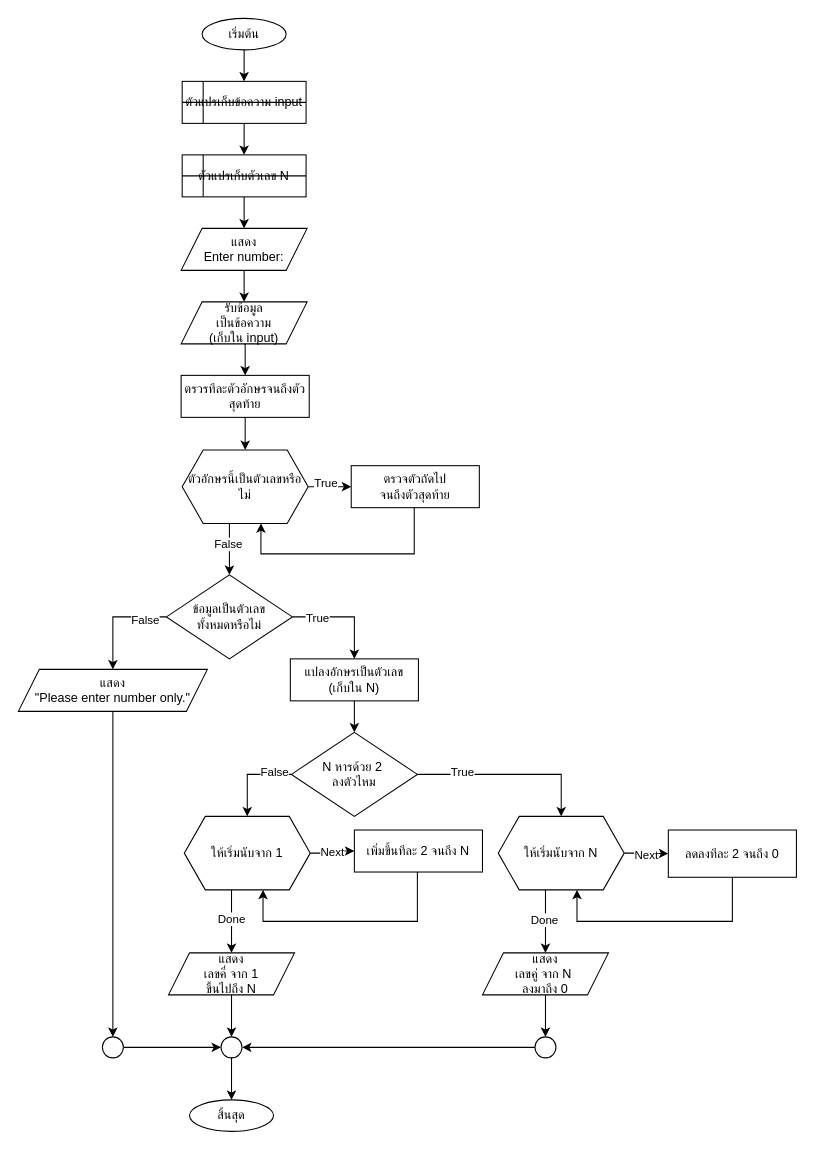
Above: Lab06/lab06-017-flowchart.drawio in PooH017-4/ENGCC304 (draw.io), before the change. Source tidied: cells renumbered, new cells numbered last; positions are measured from the earlier drawing's top-left corner, leaving out a move shared by most shapes. Both pictures are drawn from the tidied source at 105%, with x=0, y=0 at pixel (18, 18).
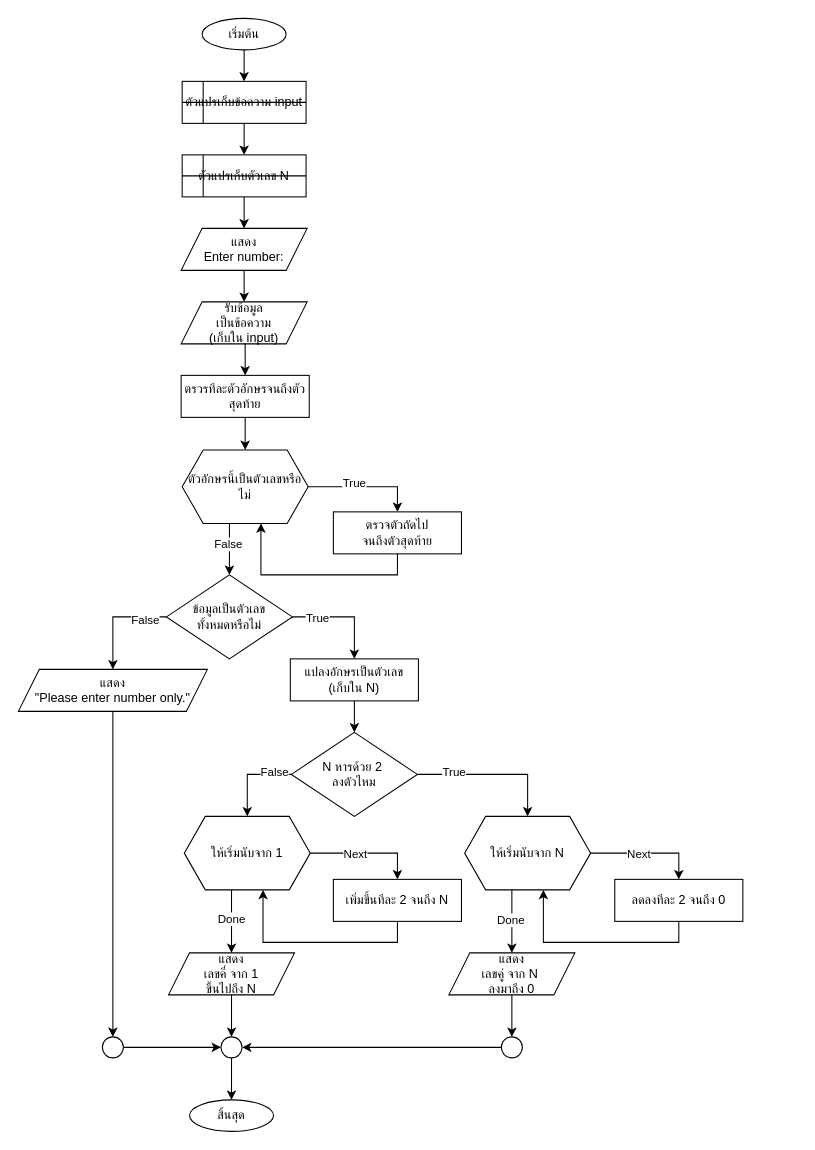
After the change.

The change refers to these unchanged cells:
```xml
<mxCell id="24" value="ตัวอักษรนี้เป็นตัวเลขหรือไม่" style="shape=hexagon;perimeter=hexagonPerimeter2;whiteSpace=wrap;html=1;fixedSize=1;" parent="1" vertex="1">
  <mxGeometry x="156" y="411" width="120" height="70" as="geometry" />
</mxCell>
<mxCell id="55" value="ให้เริ่มนับจาก 1" style="shape=hexagon;perimeter=hexagonPerimeter2;whiteSpace=wrap;html=1;fixedSize=1;" parent="1" vertex="1">
  <mxGeometry x="158" y="760" width="120" height="70" as="geometry" />
</mxCell>
```

The edit, as a diff of the source:
```diff
@@
-    <mxCell id="20" style="edgeStyle=orthogonalEdgeStyle;rounded=0;jettySize=auto;html=1;" parent="1" edge="1" source="24" target="26">
+    <mxCell id="20" style="edgeStyle=orthogonalEdgeStyle;rounded=0;jettySize=auto;html=1;entryX=0.5;entryY=0;entryDx=0;entryDy=0;" parent="1" edge="1" source="24" target="26">
       <mxGeometry relative="1" as="geometry" />
     </mxCell>
@@
     <mxCell id="25" style="edgeStyle=orthogonalEdgeStyle;rounded=0;jettySize=auto;html=1;exitX=0.5;exitY=1;exitDx=0;exitDy=0;entryX=0.625;entryY=1;entryDx=0;entryDy=0;" parent="1" edge="1" source="26" target="24">
-      <mxGeometry relative="1" as="geometry">
-        <Array as="points">
-          <mxPoint x="377" y="466" />
-          <mxPoint x="377" y="510" />
-          <mxPoint x="231" y="510" />
-        </Array>
-      </mxGeometry>
+      <mxGeometry relative="1" as="geometry" />
     </mxCell>
     <mxCell id="26" value="ตรวจตัวถัดไป&lt;div&gt;จนถึงตัวสุดท้าย&lt;/div&gt;" style="rounded=0;whiteSpace=wrap;html=1;" parent="1" vertex="1">
-      <mxGeometry x="317" y="426" width="122" height="40" as="geometry" />
+      <mxGeometry x="300" y="470" width="122" height="40" as="geometry" />
     </mxCell>
@@
     <mxCell id="37" value="แสดง&lt;div&gt;เลขคู่ จาก N&amp;nbsp;&lt;/div&gt;&lt;div&gt;ลงมาถึง 0&lt;/div&gt;" style="shape=parallelogram;perimeter=parallelogramPerimeter;whiteSpace=wrap;html=1;fixedSize=1;" parent="1" vertex="1">
-      <mxGeometry x="442" y="890" width="120" height="40" as="geometry" />
+      <mxGeometry x="410" y="890" width="120" height="40" as="geometry" />
     </mxCell>
@@
     <mxCell id="41" style="ellipse;whiteSpace=wrap;html=1;" parent="1" vertex="1">
-      <mxGeometry x="492" y="970" width="20" height="20" as="geometry" />
+      <mxGeometry x="460" y="970" width="20" height="20" as="geometry" />
     </mxCell>
@@
-    <mxCell id="46" style="edgeStyle=orthogonalEdgeStyle;rounded=0;jettySize=auto;html=1;" parent="1" edge="1" source="50" target="57">
+    <mxCell id="46" style="edgeStyle=orthogonalEdgeStyle;rounded=0;jettySize=auto;html=1;entryX=0.5;entryY=0;entryDx=0;entryDy=0;" parent="1" edge="1" source="50" target="57">
       <mxGeometry relative="1" as="geometry" />
     </mxCell>
     <mxCell id="47" value="Next" style="edgeLabel;html=1;align=center;verticalAlign=middle;" parent="46" vertex="1">
-      <mxGeometry x="-0.05" y="-1" relative="1" as="geometry" />
+      <mxGeometry x="-0.05" y="-1" relative="1" as="geometry">
+        <mxPoint x="-7" y="-1" as="offset" />
+      </mxGeometry>
     </mxCell>
@@
     <mxCell id="50" value="ให้เริ่มนับจาก N" style="shape=hexagon;perimeter=hexagonPerimeter2;whiteSpace=wrap;html=1;fixedSize=1;" parent="1" vertex="1">
-      <mxGeometry x="457" y="760" width="120" height="70" as="geometry" />
+      <mxGeometry x="425" y="760" width="120" height="70" as="geometry" />
     </mxCell>
-    <mxCell id="51" style="edgeStyle=orthogonalEdgeStyle;rounded=0;jettySize=auto;html=1;" parent="1" edge="1" source="55" target="59">
+    <mxCell id="51" style="edgeStyle=orthogonalEdgeStyle;rounded=0;jettySize=auto;html=1;entryX=0.5;entryY=0;entryDx=0;entryDy=0;" parent="1" edge="1" source="55" target="59">
       <mxGeometry relative="1" as="geometry" />
     </mxCell>
     <mxCell id="52" value="Next" style="edgeLabel;html=1;align=center;verticalAlign=middle;" parent="51" vertex="1">
-      <mxGeometry x="-0.08" y="2" relative="1" as="geometry" />
+      <mxGeometry x="-0.08" y="2" relative="1" as="geometry">
+        <mxPoint x="-8" y="2" as="offset" />
+      </mxGeometry>
     </mxCell>
@@
     <mxCell id="56" style="edgeStyle=orthogonalEdgeStyle;rounded=0;jettySize=auto;html=1;exitX=0.5;exitY=1;exitDx=0;exitDy=0;entryX=0.625;entryY=1;entryDx=0;entryDy=0;" parent="1" edge="1" source="57" target="50">
-      <mxGeometry relative="1" as="geometry">
-        <Array as="points">
-          <mxPoint x="680" y="860" />
-          <mxPoint x="532" y="860" />
-        </Array>
-      </mxGeometry>
+      <mxGeometry relative="1" as="geometry" />
     </mxCell>
     <mxCell id="57" value="ลดลงทีละ 2 จนถึง 0" style="rounded=0;whiteSpace=wrap;html=1;" parent="1" vertex="1">
-      <mxGeometry x="619" y="773" width="122" height="45" as="geometry" />
+      <mxGeometry x="568" y="820" width="122" height="40" as="geometry" />
     </mxCell>
     <mxCell id="58" style="edgeStyle=orthogonalEdgeStyle;rounded=0;jettySize=auto;html=1;exitX=0.5;exitY=1;exitDx=0;exitDy=0;entryX=0.625;entryY=1;entryDx=0;entryDy=0;" parent="1" edge="1" source="59" target="55">
-      <mxGeometry relative="1" as="geometry">
-        <Array as="points">
-          <mxPoint x="380" y="813" />
-          <mxPoint x="380" y="860" />
-          <mxPoint x="233" y="860" />
-        </Array>
-      </mxGeometry>
+      <mxGeometry relative="1" as="geometry" />
     </mxCell>
     <mxCell id="59" value="เพิ่มขึ้นทีละ 2 จนถึง N" style="rounded=0;whiteSpace=wrap;html=1;" parent="1" vertex="1">
-      <mxGeometry x="320" y="773" width="122" height="40" as="geometry" />
+      <mxGeometry x="300" y="820" width="122" height="40" as="geometry" />
     </mxCell>
```
